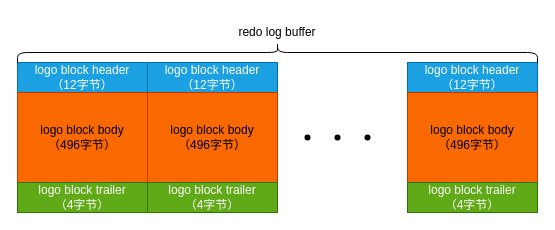
Earlier version of the draw.io diagram page "redo log buffer" (13 of 17) of mysql/mysql查询.drawio (josek43326/draw.io). Source tidied: cells renumbered, new cells numbered last; positions are measured from the earlier drawing's top-left corner, leaving out a move shared by most shapes. Both pictures are drawn from the tidied source at 100%, with x=0, y=0 at pixel (17, 17).
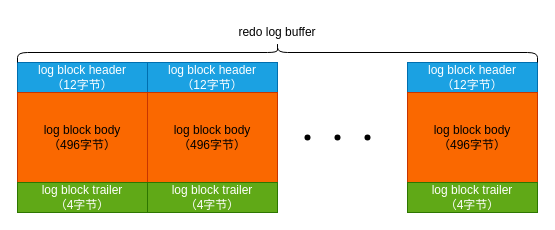
The same diagram, later.

The edit, as a diff of the source:
```diff
@@
 <mxGraphModel>
   <root>
     <mxCell id="0" />
     <mxCell id="1" parent="0" />
-    <mxCell id="2" value="logo block header&lt;br&gt;（12字节）" style="rounded=0;whiteSpace=wrap;html=1;fillColor=#1ba1e2;fontColor=#ffffff;strokeColor=#006EAF;" parent="1" vertex="1">
+    <mxCell id="2" value="log block header&lt;br&gt;（12字节）" style="rounded=0;whiteSpace=wrap;html=1;fillColor=#1ba1e2;fontColor=#ffffff;strokeColor=#006EAF;" parent="1" vertex="1">
       <mxGeometry y="45" width="130" height="30" as="geometry" />
     </mxCell>
-    <mxCell id="3" value="logo block body&lt;br&gt;（496字节）" style="rounded=0;whiteSpace=wrap;html=1;fillColor=#fa6800;fontColor=#000000;strokeColor=#C73500;" parent="1" vertex="1">
+    <mxCell id="3" value="log block body&lt;br&gt;（496字节）" style="rounded=0;whiteSpace=wrap;html=1;fillColor=#fa6800;fontColor=#000000;strokeColor=#C73500;" parent="1" vertex="1">
       <mxGeometry y="75" width="130" height="90" as="geometry" />
     </mxCell>
-    <mxCell id="4" value="logo block trailer&lt;br&gt;（4字节）" style="rounded=0;whiteSpace=wrap;html=1;fillColor=#60a917;fontColor=#ffffff;strokeColor=#2D7600;" parent="1" vertex="1">
+    <mxCell id="4" value="log block trailer&lt;br&gt;（4字节）" style="rounded=0;whiteSpace=wrap;html=1;fillColor=#60a917;fontColor=#ffffff;strokeColor=#2D7600;" parent="1" vertex="1">
       <mxGeometry y="165" width="130" height="30" as="geometry" />
     </mxCell>
-    <mxCell id="5" value="logo block header&lt;br&gt;（12字节）" style="rounded=0;whiteSpace=wrap;html=1;fillColor=#1ba1e2;fontColor=#ffffff;strokeColor=#006EAF;" parent="1" vertex="1">
+    <mxCell id="5" value="log block header&lt;br&gt;（12字节）" style="rounded=0;whiteSpace=wrap;html=1;fillColor=#1ba1e2;fontColor=#ffffff;strokeColor=#006EAF;" parent="1" vertex="1">
       <mxGeometry x="130" y="45" width="130" height="30" as="geometry" />
     </mxCell>
-    <mxCell id="6" value="logo block body&lt;br&gt;（496字节）" style="rounded=0;whiteSpace=wrap;html=1;fillColor=#fa6800;fontColor=#000000;strokeColor=#C73500;" parent="1" vertex="1">
+    <mxCell id="6" value="log block body&lt;br&gt;（496字节）" style="rounded=0;whiteSpace=wrap;html=1;fillColor=#fa6800;fontColor=#000000;strokeColor=#C73500;" parent="1" vertex="1">
       <mxGeometry x="130" y="75" width="130" height="90" as="geometry" />
     </mxCell>
-    <mxCell id="7" value="logo block trailer&lt;br&gt;（4字节）" style="rounded=0;whiteSpace=wrap;html=1;fillColor=#60a917;fontColor=#ffffff;strokeColor=#2D7600;" parent="1" vertex="1">
+    <mxCell id="7" value="log block trailer&lt;br&gt;（4字节）" style="rounded=0;whiteSpace=wrap;html=1;fillColor=#60a917;fontColor=#ffffff;strokeColor=#2D7600;" parent="1" vertex="1">
       <mxGeometry x="130" y="165" width="130" height="30" as="geometry" />
     </mxCell>
-    <mxCell id="8" value="logo block header&lt;br&gt;（12字节）" style="rounded=0;whiteSpace=wrap;html=1;fillColor=#1ba1e2;fontColor=#ffffff;strokeColor=#006EAF;" parent="1" vertex="1">
+    <mxCell id="8" value="log block header&lt;br&gt;（12字节）" style="rounded=0;whiteSpace=wrap;html=1;fillColor=#1ba1e2;fontColor=#ffffff;strokeColor=#006EAF;" parent="1" vertex="1">
       <mxGeometry x="390" y="45" width="130" height="30" as="geometry" />
     </mxCell>
-    <mxCell id="9" value="logo block body&lt;br&gt;（496字节）" style="rounded=0;whiteSpace=wrap;html=1;fillColor=#fa6800;fontColor=#000000;strokeColor=#C73500;" parent="1" vertex="1">
+    <mxCell id="9" value="log block body&lt;br&gt;（496字节）" style="rounded=0;whiteSpace=wrap;html=1;fillColor=#fa6800;fontColor=#000000;strokeColor=#C73500;" parent="1" vertex="1">
       <mxGeometry x="390" y="75" width="130" height="90" as="geometry" />
     </mxCell>
-    <mxCell id="10" value="logo block trailer&lt;br&gt;（4字节）" style="rounded=0;whiteSpace=wrap;html=1;fillColor=#60a917;fontColor=#ffffff;strokeColor=#2D7600;" parent="1" vertex="1">
+    <mxCell id="10" value="log block trailer&lt;br&gt;（4字节）" style="rounded=0;whiteSpace=wrap;html=1;fillColor=#60a917;fontColor=#ffffff;strokeColor=#2D7600;" parent="1" vertex="1">
       <mxGeometry x="390" y="165" width="130" height="30" as="geometry" />
     </mxCell>
     <mxCell id="11" style="shape=waypoint;sketch=0;fillStyle=solid;size=6;fillColor=none;perimeter=centerPerimeter;" parent="1" vertex="1">
       <mxGeometry x="270" y="100" width="40" height="40" as="geometry" />
     </mxCell>
     <mxCell id="12" style="shape=waypoint;sketch=0;fillStyle=solid;size=6;fillColor=none;perimeter=centerPerimeter;" parent="1" vertex="1">
       <mxGeometry x="300" y="100" width="40" height="40" as="geometry" />
     </mxCell>
     <mxCell id="13" style="shape=waypoint;sketch=0;fillStyle=solid;size=6;fillColor=none;perimeter=centerPerimeter;" parent="1" vertex="1">
       <mxGeometry x="330" y="100" width="40" height="40" as="geometry" />
     </mxCell>
     <mxCell id="14" style="shape=curlyBracket;whiteSpace=wrap;html=1;rounded=1;labelPosition=left;verticalLabelPosition=middle;align=right;verticalAlign=middle;direction=south;" parent="1" vertex="1">
       <mxGeometry y="25" width="520" height="20" as="geometry" />
     </mxCell>
     <mxCell id="15" value="redo log buffer" style="text;html=1;strokeColor=none;fillColor=none;align=center;verticalAlign=middle;whiteSpace=wrap;rounded=0;" parent="1" vertex="1">
       <mxGeometry x="210" width="100" height="30" as="geometry" />
     </mxCell>
   </root>
 </mxGraphModel>
```
